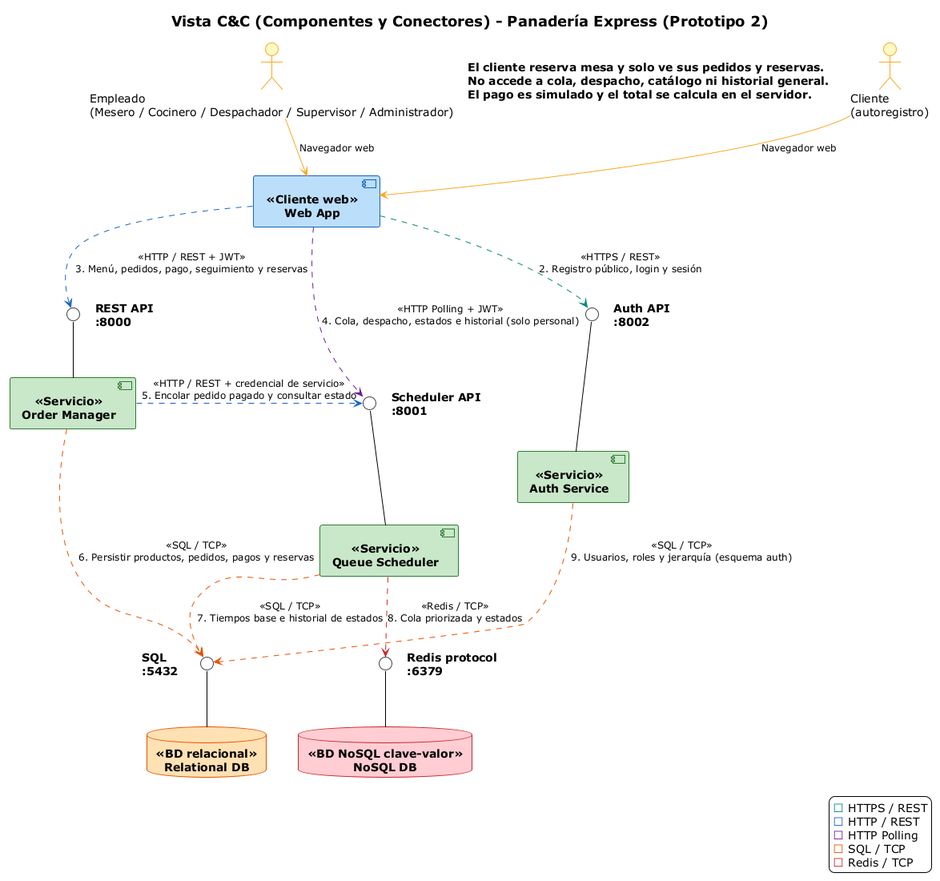
Above: g3-H-PanTech/docs/Vista CyC P2.png in unal-sw-arch/swarch-2026ii (PlantUML), before the change.
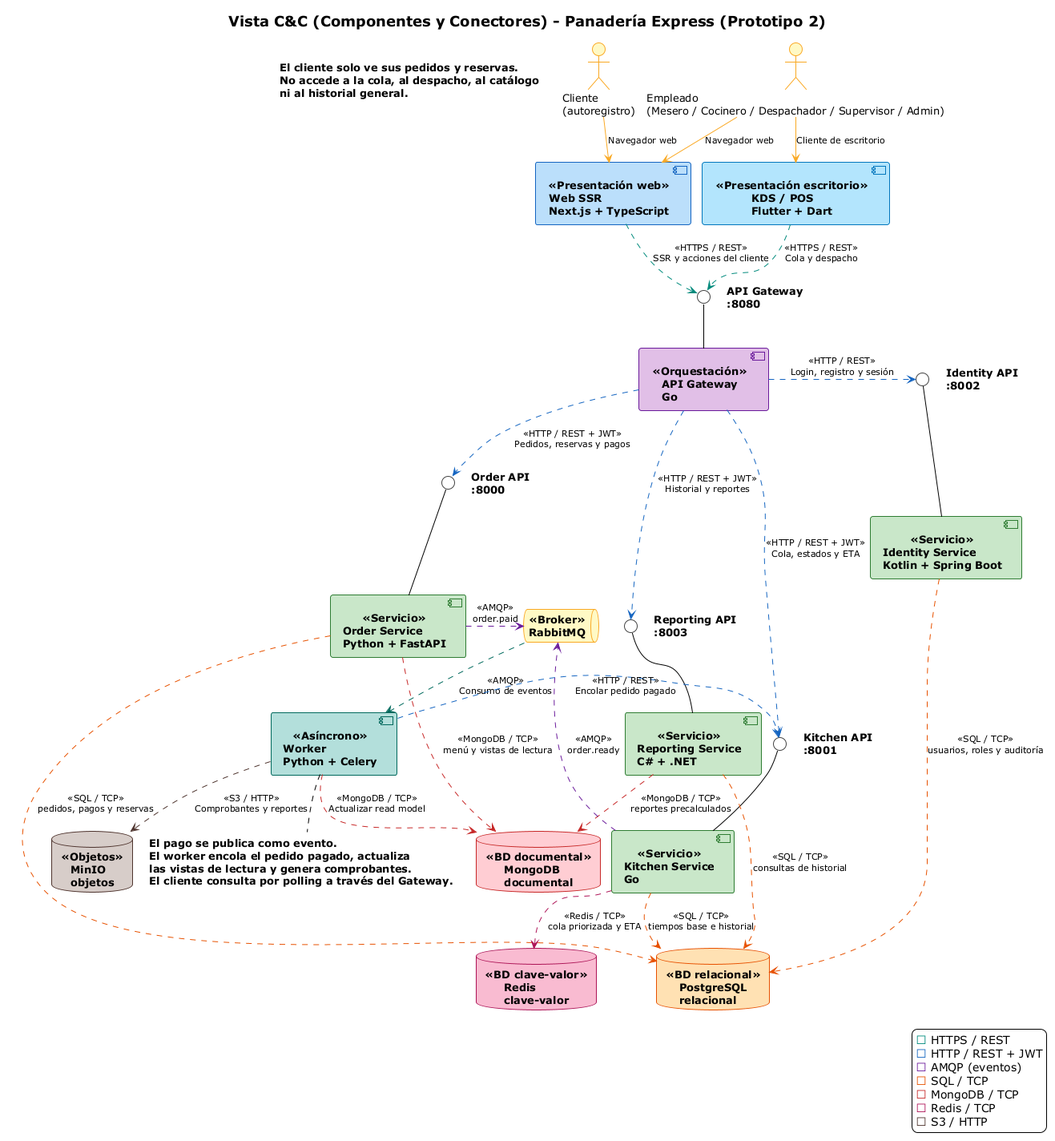
Above is the later version.

Change to the diagram source:
```diff
@@ -3,25 +3,40 @@
 top to bottom direction
 skinparam componentStyle uml2
 skinparam shadowing false
-skinparam defaultFontSize 14
-skinparam nodesep 12
-skinparam ranksep 55
-skinparam ArrowFontSize 12
+skinparam defaultFontSize 13
+skinparam nodesep 14
+skinparam ranksep 42
+skinparam ArrowFontSize 11
 skinparam titleFontSize 18
 skinparam titleFontStyle bold
 
 skinparam component {
-  BackgroundColor<<Cliente web>> #BBDEFB
-  BorderColor<<Cliente web>> #1565C0
+  BackgroundColor<<Presentación web>> #BBDEFB
+  BorderColor<<Presentación web>> #1565C0
+  BackgroundColor<<Presentación escritorio>> #B3E5FC
+  BorderColor<<Presentación escritorio>> #0277BD
   BackgroundColor<<Servicio>> #C8E6C9
   BorderColor<<Servicio>> #2E7D32
+  BackgroundColor<<Orquestación>> #E1BEE7
+  BorderColor<<Orquestación>> #6A1B9A
+  BackgroundColor<<Asíncrono>> #B2DFDB
+  BorderColor<<Asíncrono>> #00695C
+  FontStyle bold
+}
+skinparam queue {
+  BackgroundColor<<Broker>> #FFF9C4
+  BorderColor<<Broker>> #F9A825
   FontStyle bold
 }
 skinparam database {
   BackgroundColor<<BD relacional>> #FFE0B2
   BorderColor<<BD relacional>> #E65100
-  BackgroundColor<<BD NoSQL clave-valor>> #FFCDD2
-  BorderColor<<BD NoSQL clave-valor>> #C62828
+  BackgroundColor<<BD documental>> #FFCDD2
+  BorderColor<<BD documental>> #C62828
+  BackgroundColor<<BD clave-valor>> #F8BBD0
+  BorderColor<<BD clave-valor>> #AD1457
+  BackgroundColor<<Objetos>> #D7CCC8
+  BorderColor<<Objetos>> #4E342E
   FontStyle bold
 }
 skinparam actor {
@@ -41,77 +56,110 @@
 title Vista C&C (Componentes y Conectores) - Panadería Express (Prototipo 2)
 
 actor "Cliente\n(autoregistro)" as Cliente
-actor "Empleado\n(Mesero / Cocinero / Despachador / Supervisor / Administrador)" as Empleado
+actor "Empleado\n(Mesero / Cocinero / Despachador / Supervisor / Admin)" as Empleado
 
-component "Web App" as Frontend <<Cliente web>>
+component "Web SSR\nNext.js + TypeScript" as Web <<Presentación web>>
+component "KDS / POS\nFlutter + Dart" as KDS <<Presentación escritorio>>
+
+component "API Gateway\nGo" as GW <<Orquestación>>
+interface " " as IGW
+component "Identity Service\nKotlin + Spring Boot" as Identity <<Servicio>>
+interface " " as IAuth
+component "Order Service\nPython + FastAPI" as Order <<Servicio>>
 interface " " as IOrder
-component "Order Manager" as Order <<Servicio>>
-interface " " as ISched
-component "Queue Scheduler" as Scheduler <<Servicio>>
-interface " " as IAuth
-component "Auth Service" as Auth <<Servicio>>
-interface " " as ISQL
-interface " " as IRedis
-database "Relational DB" as RDB <<BD relacional>>
-database "NoSQL DB" as NDB <<BD NoSQL clave-valor>>
+component "Kitchen Service\nGo" as Kitchen <<Servicio>>
+interface " " as IKitchen
+component "Reporting Service\nC# + .NET" as Reporting <<Servicio>>
+interface " " as IReport
 
+component "Worker\nPython + Celery" as Worker <<Asíncrono>>
+queue "RabbitMQ" as MQ <<Broker>>
+
+database "PostgreSQL\nrelacional" as PG <<BD relacional>>
+database "MongoDB\ndocumental" as Mongo <<BD documental>>
+database "Redis\nclave-valor" as Redis <<BD clave-valor>>
+database "MinIO\nobjetos" as Minio <<Objetos>>
+
+IGW -down- GW
+IAuth -down- Identity
 IOrder -down- Order
-ISched -down- Scheduler
-IAuth -down- Auth
-ISQL -down- RDB
-IRedis -down- NDB
-ISQL -[hidden]right- IRedis
+IKitchen -down- Kitchen
+IReport -down- Reporting
 
-note as NOrder
-REST API
-:8000
-end note
-note as NSched
-Scheduler API
-:8001
+note as NGW
+  API Gateway
+  :8080
 end note
 note as NAuth
-Auth API
-:8002
+  Identity API
+  :8002
 end note
-note as NSQL
-SQL
-:5432
+note as NOrder
+  Order API
+  :8000
 end note
-note as NRedis
-Redis protocol
-:6379
+note as NKitchen
+  Kitchen API
+  :8001
 end note
+note as NReport
+  Reporting API
+  :8003
+end note
+IGW -[hidden]right- NGW
+IAuth -[hidden]right- NAuth
 IOrder -[hidden]right- NOrder
-ISched -[hidden]right- NSched
-IAuth -[hidden]right- NAuth
-NSQL -[hidden]right- ISQL
-IRedis -[hidden]right- NRedis
+IKitchen -[hidden]right- NKitchen
+IReport -[hidden]right- NReport
 
-Cliente -[#F9A825]down-> Frontend : Navegador web
-Empleado -[#F9A825]down-> Frontend : Navegador web
+Cliente -[#F9A825]down-> Web : Navegador web
+Empleado -[#F9A825]down-> Web : Navegador web
+Empleado -[#F9A825]down-> KDS : Cliente de escritorio
 
-Frontend .[#1565C0]down.> IOrder : <<HTTP / REST + JWT>>\n3. Menú, pedidos, pago, seguimiento y reservas
-Frontend .[#6A1B9A]down.> ISched : <<HTTP Polling + JWT>>\n4. Cola, despacho, estados e historial (solo personal)
-Frontend .[#00897B]down.> IAuth : <<HTTPS / REST>>\n2. Registro público, login y sesión
-Order .[#1565C0]right.> ISched : <<HTTP / REST + credencial de servicio>>\n5. Encolar pedido pagado y consultar estado
-Order .[#E65100]down.> ISQL : <<SQL / TCP>>\n6. Persistir productos, pedidos, pagos y reservas
-Scheduler .[#E65100]down.> ISQL : <<SQL / TCP>>\n7. Tiempos base e historial de estados
-Scheduler .[#C62828]down.> IRedis : <<Redis / TCP>>\n8. Cola priorizada y estados
-Auth .[#E65100]down.> ISQL : <<SQL / TCP>>\n9. Usuarios, roles y jerarquía (esquema auth)
+Web .[#00897B]down.> IGW : <<HTTPS / REST>>\nSSR y acciones del cliente
+KDS .[#00897B]down.> IGW : <<HTTPS / REST>>\nCola y despacho
+
+GW .[#1565C0]right.> IAuth : <<HTTP / REST>>\nLogin, registro y sesión
+GW .[#1565C0]down.> IOrder : <<HTTP / REST + JWT>>\nPedidos, reservas y pagos
+GW .[#1565C0]down.> IKitchen : <<HTTP / REST + JWT>>\nCola, estados y ETA
+GW .[#1565C0]down.> IReport : <<HTTP / REST + JWT>>\nHistorial y reportes
+
+Identity .[#E65100]down.> PG : <<SQL / TCP>>\nusuarios, roles y auditoría
+Order .[#E65100]down.> PG : <<SQL / TCP>>\npedidos, pagos y reservas
+Order .[#C62828]down.> Mongo : <<MongoDB / TCP>>\nmenú y vistas de lectura
+Kitchen .[#E65100]down.> PG : <<SQL / TCP>>\ntiempos base e historial
+Kitchen .[#AD1457]down.> Redis : <<Redis / TCP>>\ncola priorizada y ETA
+Reporting .[#E65100]down.> PG : <<SQL / TCP>>\nconsultas de historial
+Reporting .[#C62828]down.> Mongo : <<MongoDB / TCP>>\nreportes precalculados
+
+Order .[#6A1B9A]right.> MQ : <<AMQP>>\norder.paid
+Kitchen .[#6A1B9A]right.> MQ : <<AMQP>>\norder.ready
+MQ .[#00695C]down.> Worker : <<AMQP>>\nConsumo de eventos
+Worker .[#1565C0]right.> IKitchen : <<HTTP / REST>>\nEncolar pedido pagado
+Worker .[#C62828]down.> Mongo : <<MongoDB / TCP>>\nActualizar read model
+Worker .[#4E342E]down.> Minio : <<S3 / HTTP>>\nComprobantes y reportes
 
 note left of Cliente
-  El cliente reserva mesa y solo ve sus pedidos y reservas.
-  No accede a cola, despacho, catálogo ni historial general.
-  El pago es simulado y el total se calcula en el servidor.
+  El cliente solo ve sus pedidos y reservas.
+  No accede a la cola, al despacho, al catálogo
+  ni al historial general.
+end note
+
+note bottom of Worker
+  El pago se publica como evento.
+  El worker encola el pedido pagado, actualiza
+  las vistas de lectura y genera comprobantes.
+  El cliente consulta por polling a través del Gateway.
 end note
 
 legend right
   <color:#00897B>■</color> HTTPS / REST
-  <color:#1565C0>■</color> HTTP / REST
-  <color:#6A1B9A>■</color> HTTP Polling
+  <color:#1565C0>■</color> HTTP / REST + JWT
+  <color:#6A1B9A>■</color> AMQP (eventos)
   <color:#E65100>■</color> SQL / TCP
-  <color:#C62828>■</color> Redis / TCP
+  <color:#C62828>■</color> MongoDB / TCP
+  <color:#AD1457>■</color> Redis / TCP
+  <color:#4E342E>■</color> S3 / HTTP
 endlegend
 
 @enduml
```
